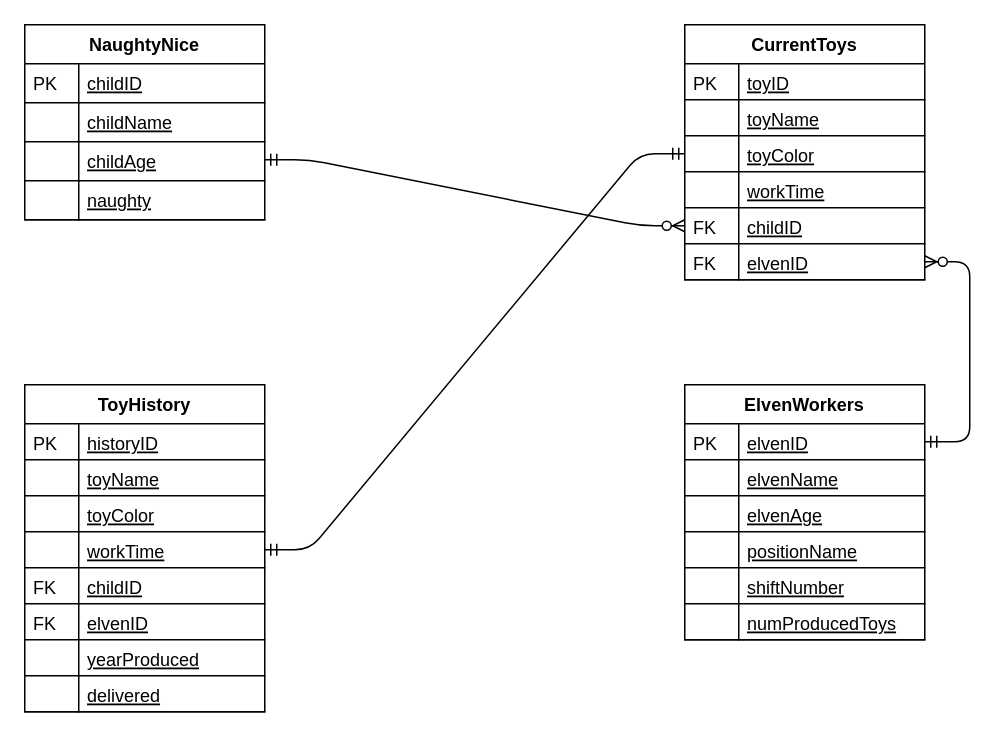
200601-USF-Pega/KickbushJ_P0 keeps this draw.io diagram as resources/SantasWorkshopERD.drawio. Above is the earlier version. Source tidied: cells renumbered, new cells numbered last; positions are measured from the earlier drawing's top-left corner, leaving out a move shared by most shapes. Both pictures are drawn from the tidied source at 150%, with x=0, y=0 at pixel (24, 24).
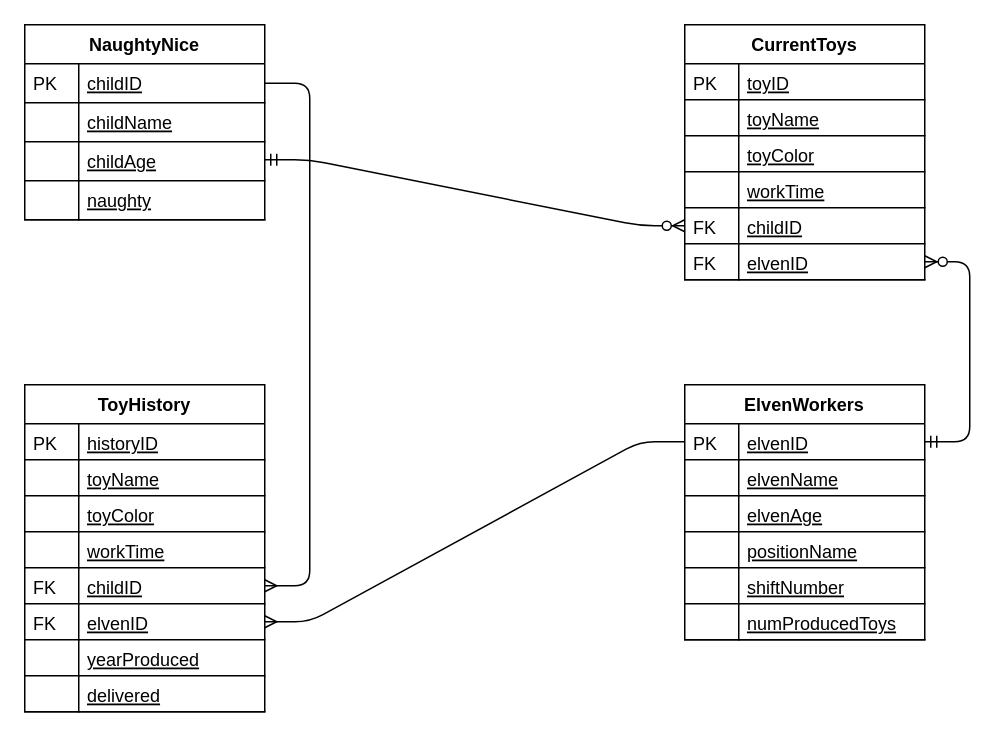
After the change.

The change refers to these unchanged cells:
```xml
<mxCell id="3" value="childID" style="shape=partialRectangle;top=0;left=0;right=0;bottom=1;align=left;verticalAlign=top;fillColor=none;spacingLeft=40;spacingRight=4;overflow=hidden;points=[[0,0.5],[1,0.5]];portConstraint=eastwest;rounded=0;shadow=0;strokeWidth=1;fontStyle=4;" parent="2" vertex="1">
  <mxGeometry y="26" width="160" height="26" as="geometry" />
</mxCell>
<mxCell id="16" value="toyColor" style="shape=partialRectangle;top=0;left=0;right=0;bottom=1;align=left;verticalAlign=top;fillColor=none;spacingLeft=40;spacingRight=4;overflow=hidden;points=[[0,0.5],[1,0.5]];portConstraint=eastwest;rounded=0;shadow=0;strokeWidth=1;fontStyle=4;" parent="11" vertex="1">
  <mxGeometry y="74" width="160" height="24" as="geometry" />
</mxCell>
<mxCell id="31" value="workTime" style="shape=partialRectangle;top=0;left=0;right=0;bottom=1;align=left;verticalAlign=top;fillColor=none;spacingLeft=40;spacingRight=4;overflow=hidden;points=[[0,0.5],[1,0.5]];portConstraint=eastwest;rounded=0;shadow=0;strokeWidth=1;fontStyle=4;" parent="24" vertex="1">
  <mxGeometry y="98" width="160" height="24" as="geometry" />
</mxCell>
<mxCell id="33" value="childID" style="shape=partialRectangle;top=0;left=0;right=0;bottom=1;align=left;verticalAlign=top;fillColor=none;spacingLeft=40;spacingRight=4;overflow=hidden;points=[[0,0.5],[1,0.5]];portConstraint=eastwest;rounded=0;shadow=0;strokeWidth=1;fontStyle=4;" parent="24" vertex="1">
  <mxGeometry y="122" width="160" height="24" as="geometry" />
</mxCell>
<mxCell id="35" value="elvenID" style="shape=partialRectangle;top=0;left=0;right=0;bottom=1;align=left;verticalAlign=top;fillColor=none;spacingLeft=40;spacingRight=4;overflow=hidden;points=[[0,0.5],[1,0.5]];portConstraint=eastwest;rounded=0;shadow=0;strokeWidth=1;fontStyle=4;" parent="24" vertex="1">
  <mxGeometry y="146" width="160" height="24" as="geometry" />
</mxCell>
<mxCell id="42" value="elvenID" style="shape=partialRectangle;top=0;left=0;right=0;bottom=1;align=left;verticalAlign=top;fillColor=none;spacingLeft=40;spacingRight=4;overflow=hidden;points=[[0,0.5],[1,0.5]];portConstraint=eastwest;rounded=0;shadow=0;strokeWidth=1;fontStyle=4;" parent="41" vertex="1">
  <mxGeometry y="26" width="160" height="24" as="geometry" />
</mxCell>
```

Change to the diagram source:
```diff
@@
-    <mxCell id="56" style="edgeStyle=entityRelationEdgeStyle;fontSize=12;html=1;endArrow=ERmandOne;startArrow=ERmandOne;exitX=1;exitY=0.5;exitDx=0;exitDy=0;entryX=0;entryY=0.5;entryDx=0;entryDy=0;" parent="1" edge="1" source="31" target="16">
-      <mxGeometry relative="1" as="geometry" />
-    </mxCell>
+    <mxCell id="57" style="edgeStyle=entityRelationEdgeStyle;fontSize=12;html=1;endArrow=none;startArrow=ERmany;endFill=0;entryX=0;entryY=0.5;entryDx=0;entryDy=0;exitX=1;exitY=0.5;exitDx=0;exitDy=0;" parent="1" edge="1" source="35" target="42">
+      <mxGeometry relative="1" as="geometry" />
+    </mxCell>
+    <mxCell id="58" style="edgeStyle=entityRelationEdgeStyle;fontSize=12;html=1;endArrow=ERmany;startArrow=none;strokeWidth=1;arcSize=20;anchorPointDirection=0;endFill=0;startFill=0;exitX=1;exitY=0.5;exitDx=0;exitDy=0;" parent="1" edge="1" source="3" target="33">
+      <mxGeometry relative="1" as="geometry" />
+    </mxCell>
```
